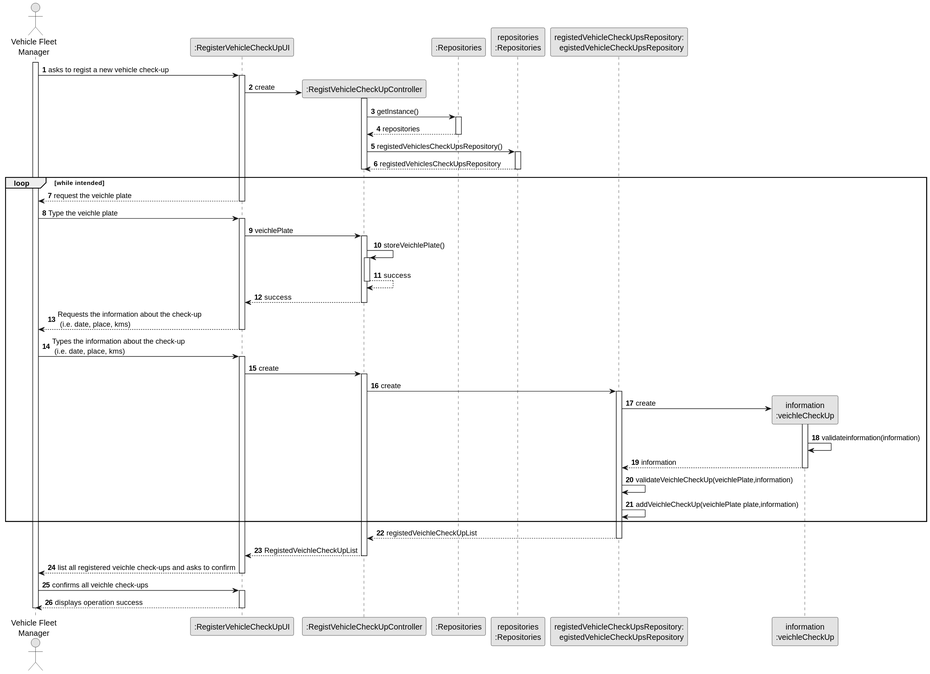
Earlier version of the PlantUML export docs/sprint2/us007/03.design/svg/us007-sequence-diagram-full.svg (1231360-ISEP/lei-24-s2-1db-g021).
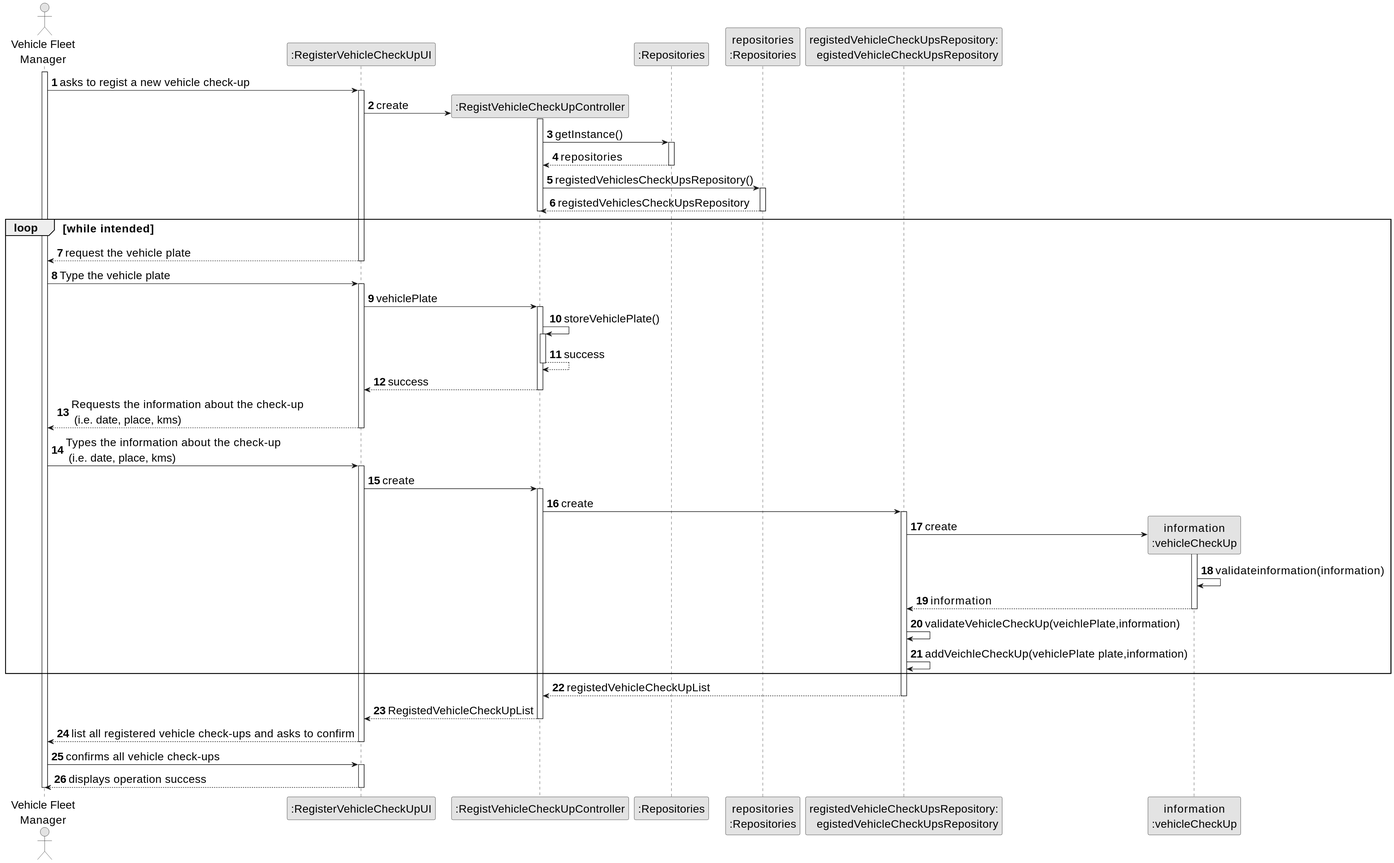
Later version of the same file.

The edit, as a diff of the source:
```diff
@@ -1,4 +1,5 @@
 @startuml
+skinparamlocked defaultFontSize 20
 skinparam monochrome true
 skinparam packageStyle rectangle
 skinparam shadowing false
@@ -11,7 +12,7 @@
 participant ":Repositories" as RepositorySingleton
 participant "repositories\n:Repositories" as PLAT
 participant "registedVehicleCheckUpsRepository:\registedVehicleCheckUpsRepository" as registedVehicleCheckUpsRepository
-participant "information\n:veichleCheckUp" as Data
+participant "information\n:vehicleCheckUp" as Data
 
 activate VFM
 
@@ -35,15 +36,15 @@
                 deactivate PLAT
             deactivate CTRL
         loop while intended
-            UI --> VFM : request the veichle plate
+            UI --> VFM : request the vehicle plate
         deactivate UI
 
-    VFM -> UI : Type the veichle plate
+    VFM -> UI : Type the vehicle plate
     activate UI
 
-            UI -> CTRL : veichlePlate
+            UI -> CTRL : vehiclePlate
                 activate CTRL
-                CTRL -> CTRL : storeVeichlePlate()
+                CTRL -> CTRL : storeVehiclePlate()
 
                 activate CTRL
                     CTRL --> CTRL : success
@@ -70,21 +71,21 @@
 
         Data --> registedVehicleCheckUpsRepository : information
                     deactivate Data
-                                registedVehicleCheckUpsRepository -> registedVehicleCheckUpsRepository: validateVeichleCheckUp(veichlePlate,information)
-                registedVehicleCheckUpsRepository -> registedVehicleCheckUpsRepository: addVeichleCheckUp(veichlePlate plate,information)
+                                registedVehicleCheckUpsRepository -> registedVehicleCheckUpsRepository: validateVehicleCheckUp(veichlePlate,information)
+                registedVehicleCheckUpsRepository -> registedVehicleCheckUpsRepository: addVeichleCheckUp(vehiclePlate plate,information)
         end
-                registedVehicleCheckUpsRepository --> CTRL : registedVeichleCheckUpList
+                registedVehicleCheckUpsRepository --> CTRL : registedVehicleCheckUpList
             deactivate registedVehicleCheckUpsRepository
 
-            CTRL --> UI : RegistedVeichleCheckUpList
+            CTRL --> UI : RegistedVehicleCheckUpList
 
         deactivate CTRL
 
-        UI --> VFM : list all registered veichle check-ups and asks to confirm
+        UI --> VFM : list all registered vehicle check-ups and asks to confirm
 
     deactivate UI
 
-    VFM -> UI : confirms all veichle check-ups
+    VFM -> UI : confirms all vehicle check-ups
 
     activate UI
     UI --> VFM : displays operation success
```
